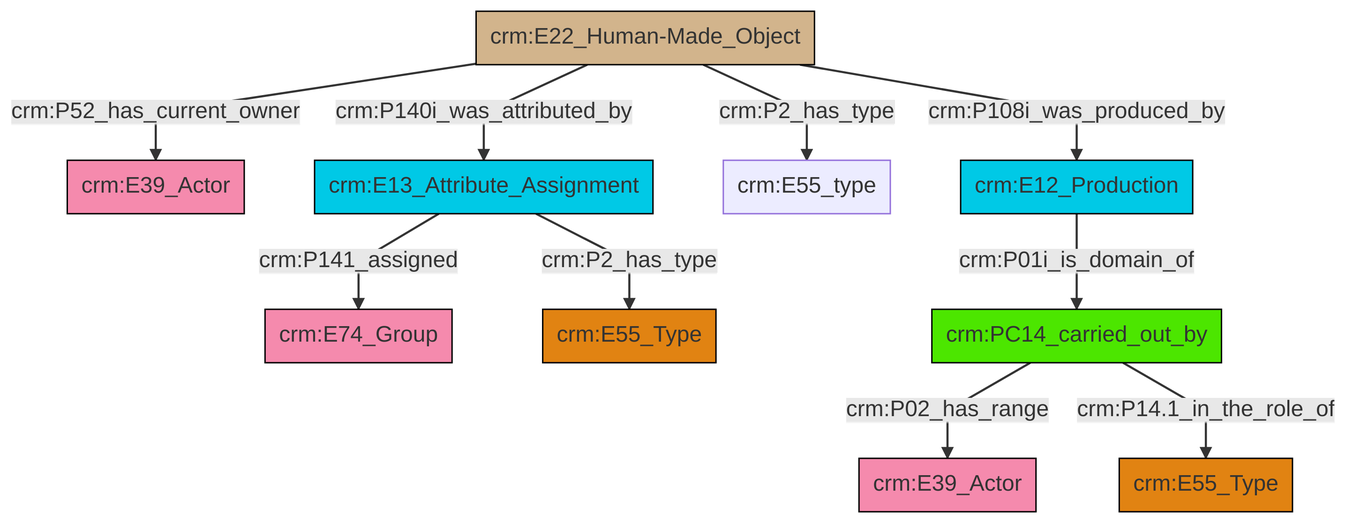
The Mermaid diagram et/builtWorkCSV/ttl/mmd/png/Built_Work_actor_relations.png in swiss-art-research-net/docs.swissartresearch, before a commit. Its source is kept beside it as et/builtWorkCSV/ttl/mmd/Built_Work_actor_relations.ttl.mmd.
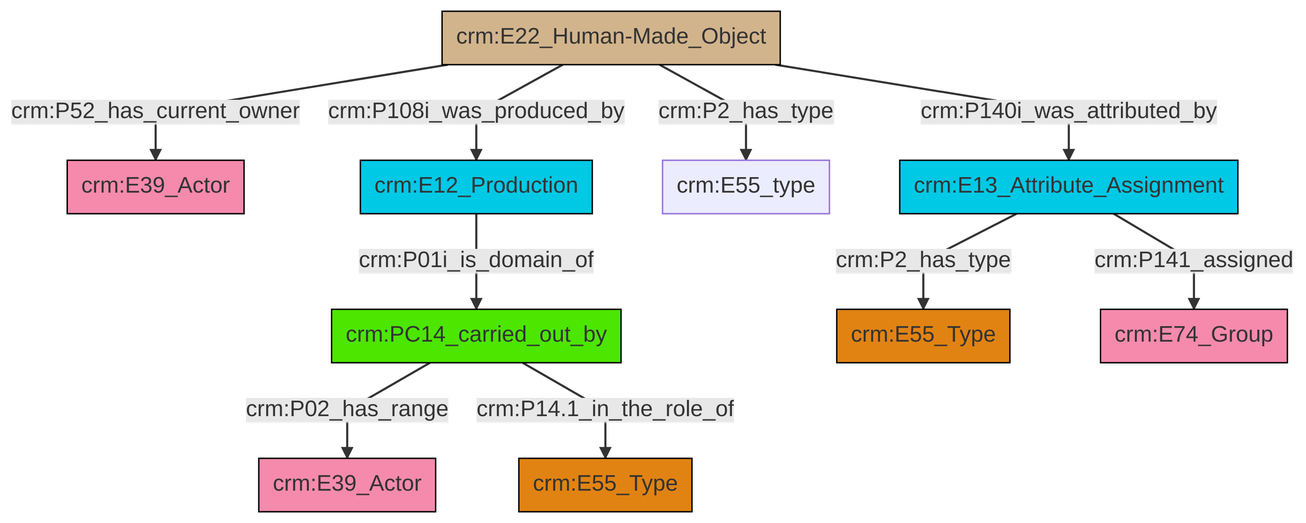
Later version of the same file.

The edit, as a diff of the source:
```diff
@@ -13,12 +13,12 @@
 classDef PC_Classes fill:#4ce600, stroke:#000000;
 classDef Multi fill:#cccccc,stroke:#000000;
 
-2["crm:E13_Attribute_Assignment"]:::Temporal_Entity -->|crm:P141_assigned| 3["crm:E74_Group"]:::Actor
-5["crm:PC14_carried_out_by"]:::PC_Classes -->|crm:P02_has_range| 6["crm:E39_Actor"]:::Actor
-2["crm:E13_Attribute_Assignment"]:::Temporal_Entity -->|crm:P2_has_type| 9["crm:E55_Type"]:::Type
-10["crm:E12_Production"]:::Temporal_Entity -->|crm:P01i_is_domain_of| 5["crm:PC14_carried_out_by"]:::PC_Classes
-7["crm:E22_Human-Made_Object"]:::Physical_Thing -->|crm:P52_has_current_owner| 0["crm:E39_Actor"]:::Actor
-5["crm:PC14_carried_out_by"]:::PC_Classes -->|crm:P14.1_in_the_role_of| 13["crm:E55_Type"]:::Type
-7["crm:E22_Human-Made_Object"]:::Physical_Thing -->|crm:P140i_was_attributed_by| 2["crm:E13_Attribute_Assignment"]:::Temporal_Entity
-7["crm:E22_Human-Made_Object"]:::Physical_Thing -->|crm:P2_has_type| 17["crm:E55_type"]:::Default
-7["crm:E22_Human-Made_Object"]:::Physical_Thing -->|crm:P108i_was_produced_by| 10["crm:E12_Production"]:::Temporal_Entity
+0["crm:E22_Human-Made_Object"]:::Physical_Thing -->|crm:P52_has_current_owner| 1["crm:E39_Actor"]:::Actor
+0["crm:E22_Human-Made_Object"]:::Physical_Thing -->|crm:P108i_was_produced_by| 4["crm:E12_Production"]:::Temporal_Entity
+9["crm:PC14_carried_out_by"]:::PC_Classes -->|crm:P02_has_range| 6["crm:E39_Actor"]:::Actor
+4["crm:E12_Production"]:::Temporal_Entity -->|crm:P01i_is_domain_of| 9["crm:PC14_carried_out_by"]:::PC_Classes
+0["crm:E22_Human-Made_Object"]:::Physical_Thing -->|crm:P2_has_type| 10["crm:E55_type"]:::Default
+12["crm:E13_Attribute_Assignment"]:::Temporal_Entity -->|crm:P2_has_type| 13["crm:E55_Type"]:::Type
+0["crm:E22_Human-Made_Object"]:::Physical_Thing -->|crm:P140i_was_attributed_by| 12["crm:E13_Attribute_Assignment"]:::Temporal_Entity
+9["crm:PC14_carried_out_by"]:::PC_Classes -->|crm:P14.1_in_the_role_of| 2["crm:E55_Type"]:::Type
+12["crm:E13_Attribute_Assignment"]:::Temporal_Entity -->|crm:P141_assigned| 14["crm:E74_Group"]:::Actor
```
